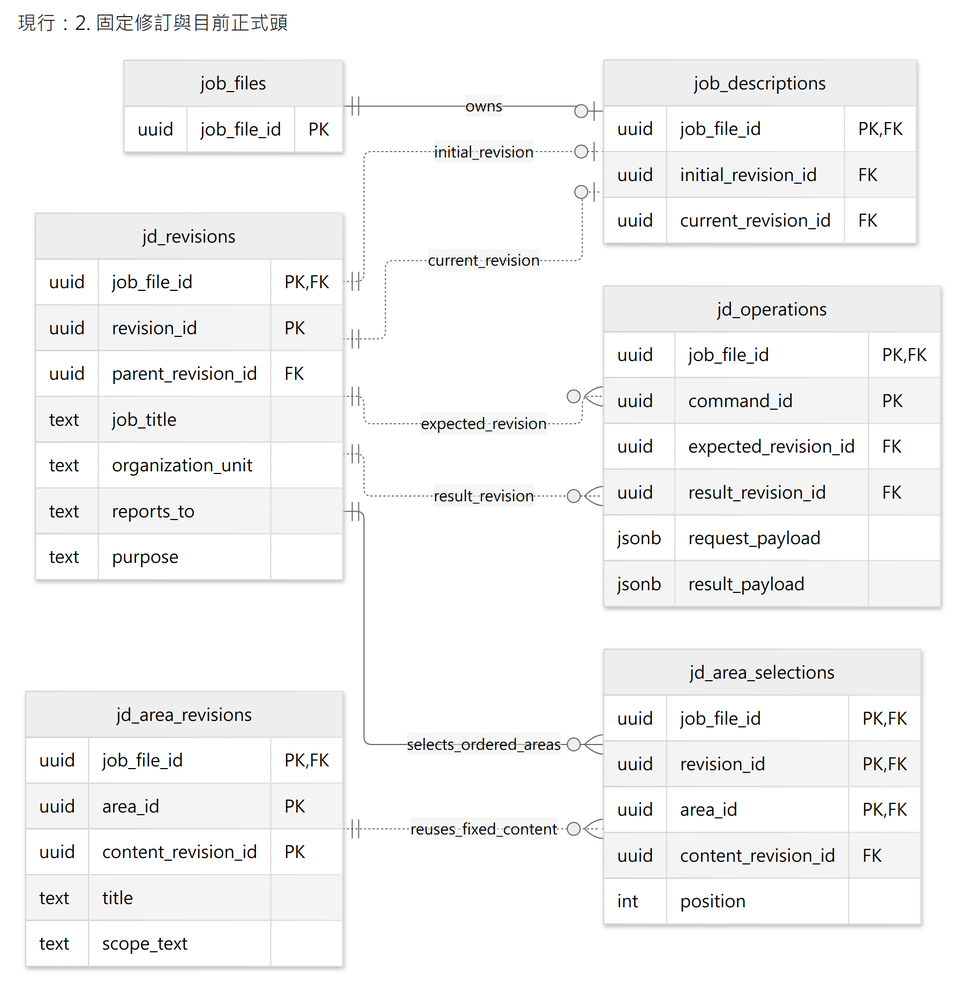
Earlier version of the Mermaid export docs/diagrams/implementation/jd-storage/fixed-revisions-areas.png (JD-Consultant/Caliburn). Its source is kept beside it as docs/diagrams/implementation/jd-storage/fixed-revisions-areas.mmd. Source of this version:
```mermaid
erDiagram
  direction LR
  job_files ||--o| job_descriptions : owns
  jd_revisions ||..o| job_descriptions : initial_revision
  jd_revisions ||..o| job_descriptions : current_revision
  jd_revisions ||..o{ jd_operations : expected_revision
  jd_revisions ||..o{ jd_operations : result_revision
  jd_revisions ||--o{ jd_area_selections : selects_ordered_areas
  jd_area_revisions ||..o{ jd_area_selections : reuses_fixed_content
  job_files {
    uuid job_file_id PK
  }
  job_descriptions {
    uuid job_file_id PK,FK
    uuid initial_revision_id FK
    uuid current_revision_id FK
  }
  jd_revisions {
    uuid job_file_id PK,FK
    uuid revision_id PK
    uuid parent_revision_id FK
    text job_title
    text organization_unit
    text reports_to
    text purpose
  }
  jd_operations {
    uuid job_file_id PK,FK
    uuid command_id PK
    uuid expected_revision_id FK
    uuid result_revision_id FK
    jsonb request_payload
    jsonb result_payload
  }
  jd_area_revisions {
    uuid job_file_id PK,FK
    uuid area_id PK
    uuid content_revision_id PK
    text title
    text scope_text
  }
  jd_area_selections {
    uuid job_file_id PK,FK
    uuid revision_id PK,FK
    uuid area_id PK,FK
    uuid content_revision_id FK
    int position
  }
```
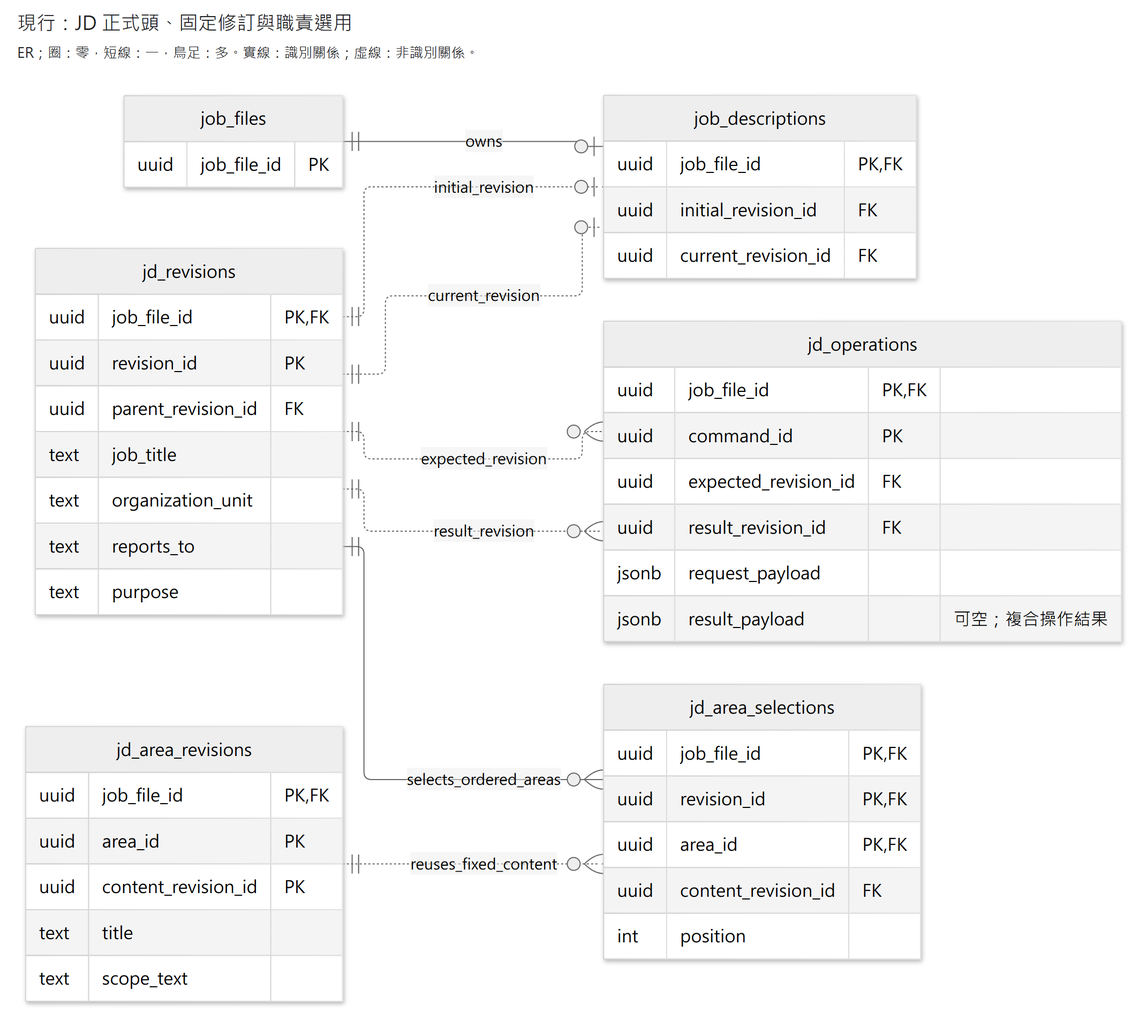
After the change.

The edit, as a diff of the source:
```diff
@@ -30,7 +30,7 @@
     uuid expected_revision_id FK
     uuid result_revision_id FK
     jsonb request_payload
-    jsonb result_payload
+    jsonb result_payload "可空；複合操作結果"
   }
   jd_area_revisions {
     uuid job_file_id PK,FK
```
